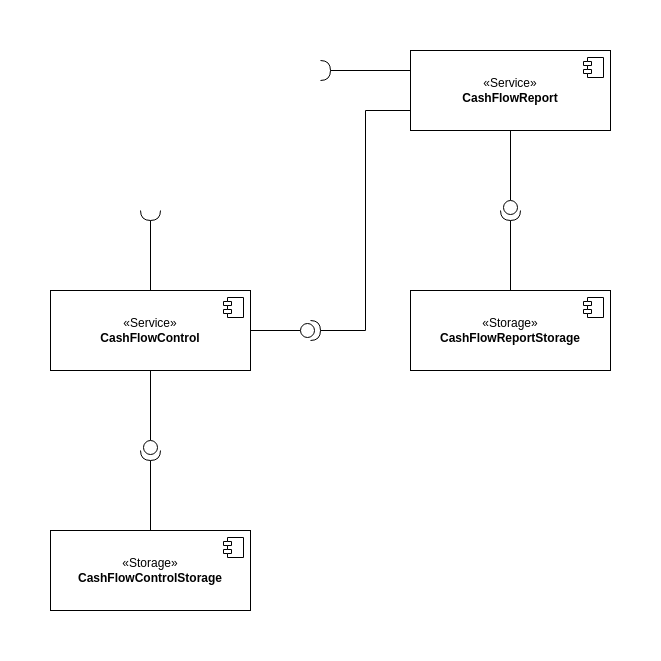
Before: docs/architecture/images/Component.png, a diagram exported from draw.io (sorianopeverari/CashFlow). Source tidied: cells renumbered, new cells last; positions are measured from the earlier drawing's top-left corner, leaving out a move shared by most shapes. Source of this version:
```xml
<mxGraphModel>
  <root>
    <mxCell id="0" />
    <mxCell id="1" parent="0" />
    <mxCell id="2" style="rounded=0;jettySize=auto;html=1;exitX=0.5;exitY=0;exitDx=0;exitDy=0;entryX=1;entryY=0.5;entryDx=0;entryDy=0;entryPerimeter=0;endArrow=none;endFill=0;" parent="1" edge="1" source="5" target="22">
      <mxGeometry relative="1" as="geometry" />
    </mxCell>
    <mxCell id="3" style="edgeStyle=orthogonalEdgeStyle;rounded=0;jettySize=auto;html=1;exitX=0.5;exitY=1;exitDx=0;exitDy=0;endArrow=none;endFill=0;" parent="1" edge="1" source="5" target="20">
      <mxGeometry relative="1" as="geometry" />
    </mxCell>
    <mxCell id="4" style="edgeStyle=orthogonalEdgeStyle;rounded=0;jettySize=auto;html=1;exitX=1;exitY=0.5;exitDx=0;exitDy=0;entryX=0;entryY=0.5;entryDx=0;entryDy=0;entryPerimeter=0;endArrow=none;endFill=0;" parent="1" edge="1" source="5" target="17">
      <mxGeometry relative="1" as="geometry" />
    </mxCell>
    <mxCell id="5" value="«Service»&lt;br&gt;&lt;b&gt;CashFlowControl&lt;/b&gt;" style="html=1;whiteSpace=wrap;" parent="1" vertex="1">
      <mxGeometry y="240" width="200" height="80" as="geometry" />
    </mxCell>
    <mxCell id="6" style="shape=module;jettyWidth=8;jettyHeight=4;" parent="5" vertex="1">
      <mxGeometry x="1" width="20" height="20" relative="1" as="geometry">
        <mxPoint x="-27" y="7" as="offset" />
      </mxGeometry>
    </mxCell>
    <mxCell id="7" style="edgeStyle=orthogonalEdgeStyle;rounded=0;jettySize=auto;html=1;entryX=0;entryY=0.5;entryDx=0;entryDy=0;endArrow=none;endFill=0;exitX=1;exitY=0.5;exitDx=0;exitDy=0;exitPerimeter=0;" parent="1" edge="1" source="21">
      <mxGeometry relative="1" as="geometry">
        <mxPoint x="360" y="20" as="targetPoint" />
      </mxGeometry>
    </mxCell>
    <mxCell id="8" style="edgeStyle=orthogonalEdgeStyle;rounded=0;jettySize=auto;html=1;exitX=0.5;exitY=1;exitDx=0;exitDy=0;entryX=0;entryY=0.5;entryDx=0;entryDy=0;entryPerimeter=0;endArrow=none;endFill=0;" parent="1" edge="1" source="10" target="18">
      <mxGeometry relative="1" as="geometry" />
    </mxCell>
    <mxCell id="9" style="edgeStyle=orthogonalEdgeStyle;rounded=0;jettySize=auto;html=1;exitX=0;exitY=0.75;exitDx=0;exitDy=0;entryX=1;entryY=0.5;entryDx=0;entryDy=0;entryPerimeter=0;endArrow=none;endFill=0;" parent="1" edge="1" source="10" target="17">
      <mxGeometry relative="1" as="geometry" />
    </mxCell>
    <mxCell id="10" value="«Service»&lt;br&gt;&lt;b&gt;CashFlowReport&lt;/b&gt;" style="html=1;whiteSpace=wrap;" parent="1" vertex="1">
      <mxGeometry x="360" width="200" height="80" as="geometry" />
    </mxCell>
    <mxCell id="11" style="shape=module;jettyWidth=8;jettyHeight=4;" parent="10" vertex="1">
      <mxGeometry x="1" width="20" height="20" relative="1" as="geometry">
        <mxPoint x="-27" y="7" as="offset" />
      </mxGeometry>
    </mxCell>
    <mxCell id="12" value="«Storage»&lt;br&gt;&lt;b&gt;CashFlowControlStorage&lt;/b&gt;" style="html=1;whiteSpace=wrap;" parent="1" vertex="1">
      <mxGeometry y="480" width="200" height="80" as="geometry" />
    </mxCell>
    <mxCell id="13" style="shape=module;jettyWidth=8;jettyHeight=4;" parent="12" vertex="1">
      <mxGeometry x="1" width="20" height="20" relative="1" as="geometry">
        <mxPoint x="-27" y="7" as="offset" />
      </mxGeometry>
    </mxCell>
    <mxCell id="14" style="edgeStyle=orthogonalEdgeStyle;rounded=0;jettySize=auto;html=1;exitX=0.5;exitY=0;exitDx=0;exitDy=0;entryX=1;entryY=0.5;entryDx=0;entryDy=0;entryPerimeter=0;endArrow=none;endFill=0;" parent="1" edge="1" source="15" target="18">
      <mxGeometry relative="1" as="geometry" />
    </mxCell>
    <mxCell id="15" value="«Storage»&lt;br&gt;&lt;b&gt;CashFlowReportStorage&lt;/b&gt;" style="html=1;whiteSpace=wrap;" parent="1" vertex="1">
      <mxGeometry x="360" y="240" width="200" height="80" as="geometry" />
    </mxCell>
    <mxCell id="16" style="shape=module;jettyWidth=8;jettyHeight=4;" parent="15" vertex="1">
      <mxGeometry x="1" width="20" height="20" relative="1" as="geometry">
        <mxPoint x="-27" y="7" as="offset" />
      </mxGeometry>
    </mxCell>
    <mxCell id="17" style="shape=providedRequiredInterface;html=1;verticalLabelPosition=bottom;sketch=0;rotation=0;" parent="1" vertex="1">
      <mxGeometry x="250" y="270" width="20" height="20" as="geometry" />
    </mxCell>
    <mxCell id="18" style="shape=providedRequiredInterface;html=1;verticalLabelPosition=bottom;sketch=0;rotation=90;" parent="1" vertex="1">
      <mxGeometry x="450" y="150" width="20" height="20" as="geometry" />
    </mxCell>
    <mxCell id="19" style="edgeStyle=orthogonalEdgeStyle;rounded=0;jettySize=auto;html=1;exitX=1;exitY=0.5;exitDx=0;exitDy=0;exitPerimeter=0;endArrow=none;endFill=0;" parent="1" edge="1" source="20" target="12">
      <mxGeometry relative="1" as="geometry" />
    </mxCell>
    <mxCell id="20" style="shape=providedRequiredInterface;html=1;verticalLabelPosition=bottom;sketch=0;rotation=90;" parent="1" vertex="1">
      <mxGeometry x="90" y="390" width="20" height="20" as="geometry" />
    </mxCell>
    <mxCell id="21" style="shape=requiredInterface;html=1;verticalLabelPosition=bottom;sketch=0;" parent="1" vertex="1">
      <mxGeometry x="270" y="10" width="10" height="20" as="geometry" />
    </mxCell>
    <mxCell id="22" style="shape=requiredInterface;html=1;verticalLabelPosition=bottom;sketch=0;rotation=90;" parent="1" vertex="1">
      <mxGeometry x="95" y="155" width="10" height="20" as="geometry" />
    </mxCell>
  </root>
</mxGraphModel>
```
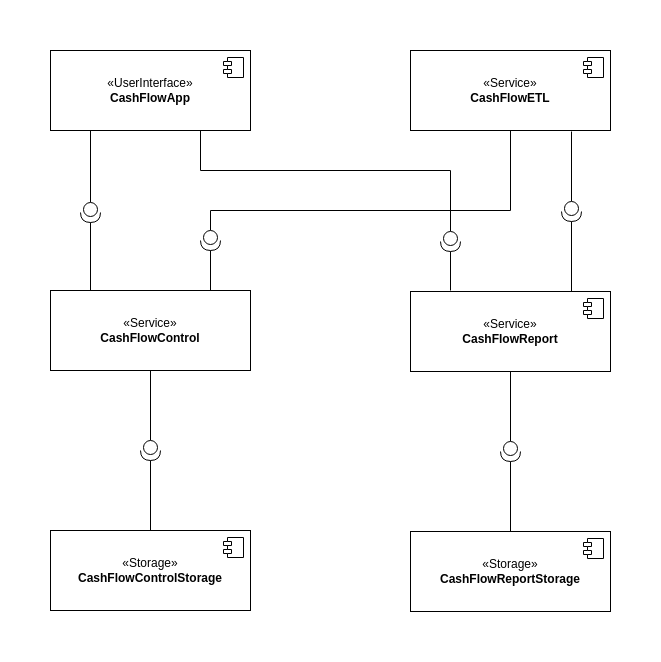
After the commit.

Change to the diagram source:
```diff
@@ -2,36 +2,17 @@
   <root>
     <mxCell id="0" />
     <mxCell id="1" parent="0" />
-    <mxCell id="2" style="rounded=0;jettySize=auto;html=1;exitX=0.5;exitY=0;exitDx=0;exitDy=0;entryX=1;entryY=0.5;entryDx=0;entryDy=0;entryPerimeter=0;endArrow=none;endFill=0;" parent="1" edge="1" source="5" target="22">
-      <mxGeometry relative="1" as="geometry" />
-    </mxCell>
     <mxCell id="3" style="edgeStyle=orthogonalEdgeStyle;rounded=0;jettySize=auto;html=1;exitX=0.5;exitY=1;exitDx=0;exitDy=0;endArrow=none;endFill=0;" parent="1" edge="1" source="5" target="20">
       <mxGeometry relative="1" as="geometry" />
     </mxCell>
-    <mxCell id="4" style="edgeStyle=orthogonalEdgeStyle;rounded=0;jettySize=auto;html=1;exitX=1;exitY=0.5;exitDx=0;exitDy=0;entryX=0;entryY=0.5;entryDx=0;entryDy=0;entryPerimeter=0;endArrow=none;endFill=0;" parent="1" edge="1" source="5" target="17">
-      <mxGeometry relative="1" as="geometry" />
-    </mxCell>
     <mxCell id="5" value="«Service»&lt;br&gt;&lt;b&gt;CashFlowControl&lt;/b&gt;" style="html=1;whiteSpace=wrap;" parent="1" vertex="1">
       <mxGeometry y="240" width="200" height="80" as="geometry" />
     </mxCell>
-    <mxCell id="6" style="shape=module;jettyWidth=8;jettyHeight=4;" parent="5" vertex="1">
-      <mxGeometry x="1" width="20" height="20" relative="1" as="geometry">
-        <mxPoint x="-27" y="7" as="offset" />
-      </mxGeometry>
-    </mxCell>
-    <mxCell id="7" style="edgeStyle=orthogonalEdgeStyle;rounded=0;jettySize=auto;html=1;entryX=0;entryY=0.5;entryDx=0;entryDy=0;endArrow=none;endFill=0;exitX=1;exitY=0.5;exitDx=0;exitDy=0;exitPerimeter=0;" parent="1" edge="1" source="21">
-      <mxGeometry relative="1" as="geometry">
-        <mxPoint x="360" y="20" as="targetPoint" />
-      </mxGeometry>
-    </mxCell>
     <mxCell id="8" style="edgeStyle=orthogonalEdgeStyle;rounded=0;jettySize=auto;html=1;exitX=0.5;exitY=1;exitDx=0;exitDy=0;entryX=0;entryY=0.5;entryDx=0;entryDy=0;entryPerimeter=0;endArrow=none;endFill=0;" parent="1" edge="1" source="10" target="18">
       <mxGeometry relative="1" as="geometry" />
     </mxCell>
-    <mxCell id="9" style="edgeStyle=orthogonalEdgeStyle;rounded=0;jettySize=auto;html=1;exitX=0;exitY=0.75;exitDx=0;exitDy=0;entryX=1;entryY=0.5;entryDx=0;entryDy=0;entryPerimeter=0;endArrow=none;endFill=0;" parent="1" edge="1" source="10" target="17">
-      <mxGeometry relative="1" as="geometry" />
-    </mxCell>
     <mxCell id="10" value="«Service»&lt;br&gt;&lt;b&gt;CashFlowReport&lt;/b&gt;" style="html=1;whiteSpace=wrap;" parent="1" vertex="1">
-      <mxGeometry x="360" width="200" height="80" as="geometry" />
+      <mxGeometry x="360" y="241" width="200" height="80" as="geometry" />
     </mxCell>
     <mxCell id="11" style="shape=module;jettyWidth=8;jettyHeight=4;" parent="10" vertex="1">
       <mxGeometry x="1" width="20" height="20" relative="1" as="geometry">
@@ -50,18 +31,15 @@
       <mxGeometry relative="1" as="geometry" />
     </mxCell>
     <mxCell id="15" value="«Storage»&lt;br&gt;&lt;b&gt;CashFlowReportStorage&lt;/b&gt;" style="html=1;whiteSpace=wrap;" parent="1" vertex="1">
-      <mxGeometry x="360" y="240" width="200" height="80" as="geometry" />
+      <mxGeometry x="360" y="481" width="200" height="80" as="geometry" />
     </mxCell>
     <mxCell id="16" style="shape=module;jettyWidth=8;jettyHeight=4;" parent="15" vertex="1">
       <mxGeometry x="1" width="20" height="20" relative="1" as="geometry">
         <mxPoint x="-27" y="7" as="offset" />
       </mxGeometry>
     </mxCell>
-    <mxCell id="17" style="shape=providedRequiredInterface;html=1;verticalLabelPosition=bottom;sketch=0;rotation=0;" parent="1" vertex="1">
-      <mxGeometry x="250" y="270" width="20" height="20" as="geometry" />
-    </mxCell>
     <mxCell id="18" style="shape=providedRequiredInterface;html=1;verticalLabelPosition=bottom;sketch=0;rotation=90;" parent="1" vertex="1">
-      <mxGeometry x="450" y="150" width="20" height="20" as="geometry" />
+      <mxGeometry x="450" y="391" width="20" height="20" as="geometry" />
     </mxCell>
     <mxCell id="19" style="edgeStyle=orthogonalEdgeStyle;rounded=0;jettySize=auto;html=1;exitX=1;exitY=0.5;exitDx=0;exitDy=0;exitPerimeter=0;endArrow=none;endFill=0;" parent="1" edge="1" source="20" target="12">
       <mxGeometry relative="1" as="geometry" />
@@ -69,11 +47,79 @@
     <mxCell id="20" style="shape=providedRequiredInterface;html=1;verticalLabelPosition=bottom;sketch=0;rotation=90;" parent="1" vertex="1">
       <mxGeometry x="90" y="390" width="20" height="20" as="geometry" />
     </mxCell>
-    <mxCell id="21" style="shape=requiredInterface;html=1;verticalLabelPosition=bottom;sketch=0;" parent="1" vertex="1">
-      <mxGeometry x="270" y="10" width="10" height="20" as="geometry" />
-    </mxCell>
-    <mxCell id="22" style="shape=requiredInterface;html=1;verticalLabelPosition=bottom;sketch=0;rotation=90;" parent="1" vertex="1">
-      <mxGeometry x="95" y="155" width="10" height="20" as="geometry" />
-    </mxCell>
+    <mxCell id="23" style="rounded=0;jettySize=auto;html=1;entryX=1;entryY=0.5;entryDx=0;entryDy=0;entryPerimeter=0;endArrow=none;endFill=0;" parent="1" edge="1" target="32">
+      <mxGeometry relative="1" as="geometry">
+        <mxPoint x="400" y="240" as="sourcePoint" />
+      </mxGeometry>
+    </mxCell>
+    <mxCell id="24" style="edgeStyle=orthogonalEdgeStyle;rounded=0;jettySize=auto;html=1;exitX=0.5;exitY=1;exitDx=0;exitDy=0;entryX=0;entryY=0.5;entryDx=0;entryDy=0;entryPerimeter=0;endArrow=none;endFill=0;" parent="1" edge="1" target="26">
+      <mxGeometry relative="1" as="geometry">
+        <mxPoint x="521" y="81" as="sourcePoint" />
+      </mxGeometry>
+    </mxCell>
+    <mxCell id="25" style="edgeStyle=orthogonalEdgeStyle;rounded=0;jettySize=auto;html=1;exitX=0.5;exitY=0;exitDx=0;exitDy=0;entryX=1;entryY=0.5;entryDx=0;entryDy=0;entryPerimeter=0;endArrow=none;endFill=0;" parent="1" edge="1" target="26">
+      <mxGeometry relative="1" as="geometry">
+        <mxPoint x="521" y="241" as="sourcePoint" />
+      </mxGeometry>
+    </mxCell>
+    <mxCell id="26" style="shape=providedRequiredInterface;html=1;verticalLabelPosition=bottom;sketch=0;rotation=90;" parent="1" vertex="1">
+      <mxGeometry x="511" y="151" width="20" height="20" as="geometry" />
+    </mxCell>
+    <mxCell id="27" value="«Service»&lt;br&gt;&lt;b&gt;CashFlowETL&lt;/b&gt;" style="html=1;whiteSpace=wrap;" parent="1" vertex="1">
+      <mxGeometry x="360" width="200" height="80" as="geometry" />
+    </mxCell>
+    <mxCell id="28" style="shape=module;jettyWidth=8;jettyHeight=4;" parent="27" vertex="1">
+      <mxGeometry x="1" width="20" height="20" relative="1" as="geometry">
+        <mxPoint x="-27" y="7" as="offset" />
+      </mxGeometry>
+    </mxCell>
+    <mxCell id="29" value="«UserInterface»&lt;br&gt;&lt;b&gt;CashFlowApp&lt;/b&gt;" style="html=1;whiteSpace=wrap;" parent="1" vertex="1">
+      <mxGeometry width="200" height="80" as="geometry" />
+    </mxCell>
+    <mxCell id="30" style="shape=module;jettyWidth=8;jettyHeight=4;" parent="29" vertex="1">
+      <mxGeometry x="1" width="20" height="20" relative="1" as="geometry">
+        <mxPoint x="-27" y="7" as="offset" />
+      </mxGeometry>
+    </mxCell>
+    <mxCell id="31" style="edgeStyle=orthogonalEdgeStyle;rounded=0;jettySize=auto;html=1;exitX=0.75;exitY=1;exitDx=0;exitDy=0;entryX=0;entryY=0.5;entryDx=0;entryDy=0;entryPerimeter=0;endArrow=none;endFill=0;" parent="1" edge="1" source="29" target="32">
+      <mxGeometry relative="1" as="geometry">
+        <Array as="points">
+          <mxPoint x="150" y="120" />
+          <mxPoint x="400" y="120" />
+        </Array>
+      </mxGeometry>
+    </mxCell>
+    <mxCell id="32" style="shape=providedRequiredInterface;html=1;verticalLabelPosition=bottom;sketch=0;rotation=90;" parent="1" vertex="1">
+      <mxGeometry x="390" y="181" width="20" height="20" as="geometry" />
+    </mxCell>
+    <mxCell id="33" style="rounded=0;jettySize=auto;html=1;entryX=1;entryY=0.5;entryDx=0;entryDy=0;entryPerimeter=0;endArrow=none;endFill=0;exitX=0.25;exitY=0;exitDx=0;exitDy=0;" parent="1" edge="1" target="35">
+      <mxGeometry relative="1" as="geometry">
+        <mxPoint x="40" y="240" as="sourcePoint" />
+      </mxGeometry>
+    </mxCell>
+    <mxCell id="34" style="edgeStyle=orthogonalEdgeStyle;rounded=0;jettySize=auto;html=1;exitX=0;exitY=0.5;exitDx=0;exitDy=0;exitPerimeter=0;entryX=0.25;entryY=1;entryDx=0;entryDy=0;endArrow=none;endFill=0;" parent="1" edge="1" source="35">
+      <mxGeometry relative="1" as="geometry">
+        <mxPoint x="40" y="80" as="targetPoint" />
+      </mxGeometry>
+    </mxCell>
+    <mxCell id="35" style="shape=providedRequiredInterface;html=1;verticalLabelPosition=bottom;sketch=0;rotation=90;" parent="1" vertex="1">
+      <mxGeometry x="30" y="152" width="20" height="20" as="geometry" />
+    </mxCell>
+    <mxCell id="36" style="rounded=0;jettySize=auto;html=1;entryX=1;entryY=0.5;entryDx=0;entryDy=0;entryPerimeter=0;endArrow=none;endFill=0;" parent="1" edge="1" target="38">
+      <mxGeometry relative="1" as="geometry">
+        <mxPoint x="160" y="240" as="sourcePoint" />
+      </mxGeometry>
+    </mxCell>
+    <mxCell id="37" style="edgeStyle=orthogonalEdgeStyle;rounded=0;jettySize=auto;html=1;exitX=0;exitY=0.5;exitDx=0;exitDy=0;exitPerimeter=0;entryX=0.5;entryY=1;entryDx=0;entryDy=0;endArrow=none;endFill=0;" parent="1" edge="1" source="38" target="27">
+      <mxGeometry relative="1" as="geometry">
+        <Array as="points">
+          <mxPoint x="160" y="160" />
+          <mxPoint x="460" y="160" />
+        </Array>
+      </mxGeometry>
+    </mxCell>
+    <mxCell id="38" style="shape=providedRequiredInterface;html=1;verticalLabelPosition=bottom;sketch=0;rotation=90;" parent="1" vertex="1">
+      <mxGeometry x="150" y="180" width="20" height="20" as="geometry" />
+    </mxCell>
   </root>
 </mxGraphModel>
```
